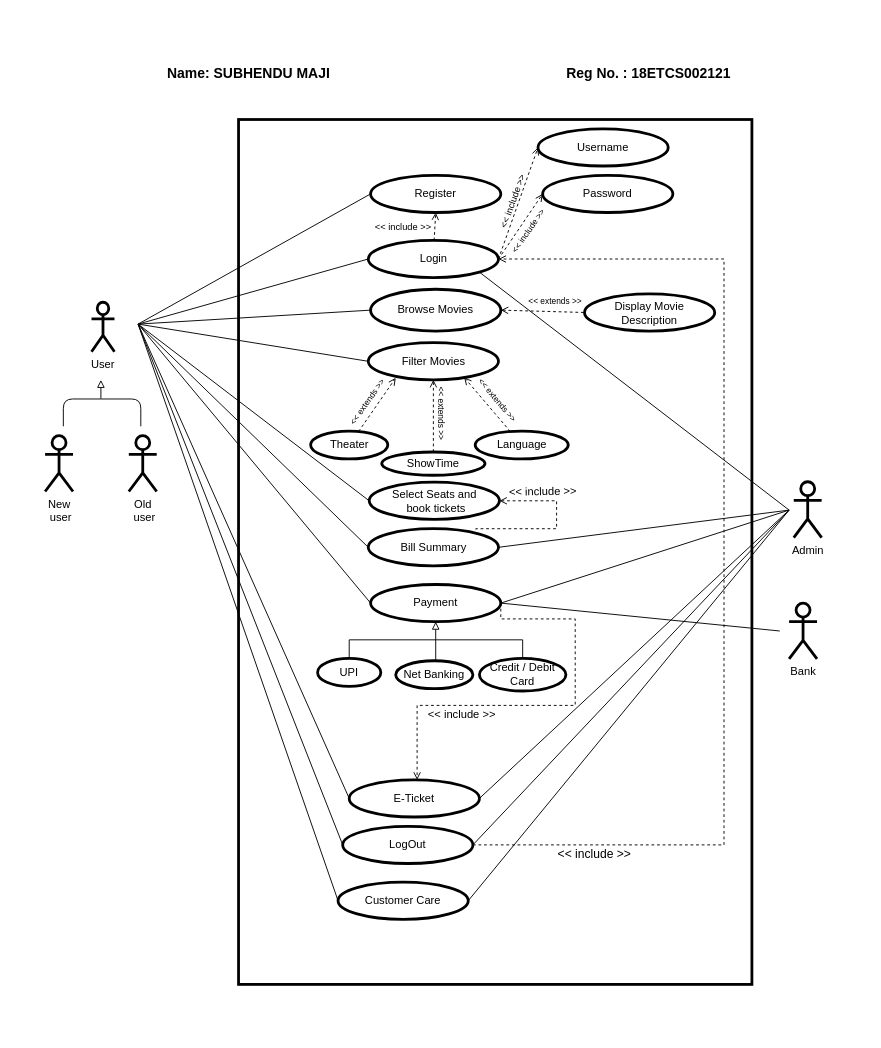
Earlier version of the draw.io diagram SDF/use-case.drawio (subhendu17620/RUAS-sem-04). Source tidied: cells renumbered, new cells numbered last; positions are measured from the earlier drawing's top-left corner, leaving out a move shared by most shapes. Both pictures are drawn from the tidied source at 93%, with x=0, y=0 at pixel (17, 17).
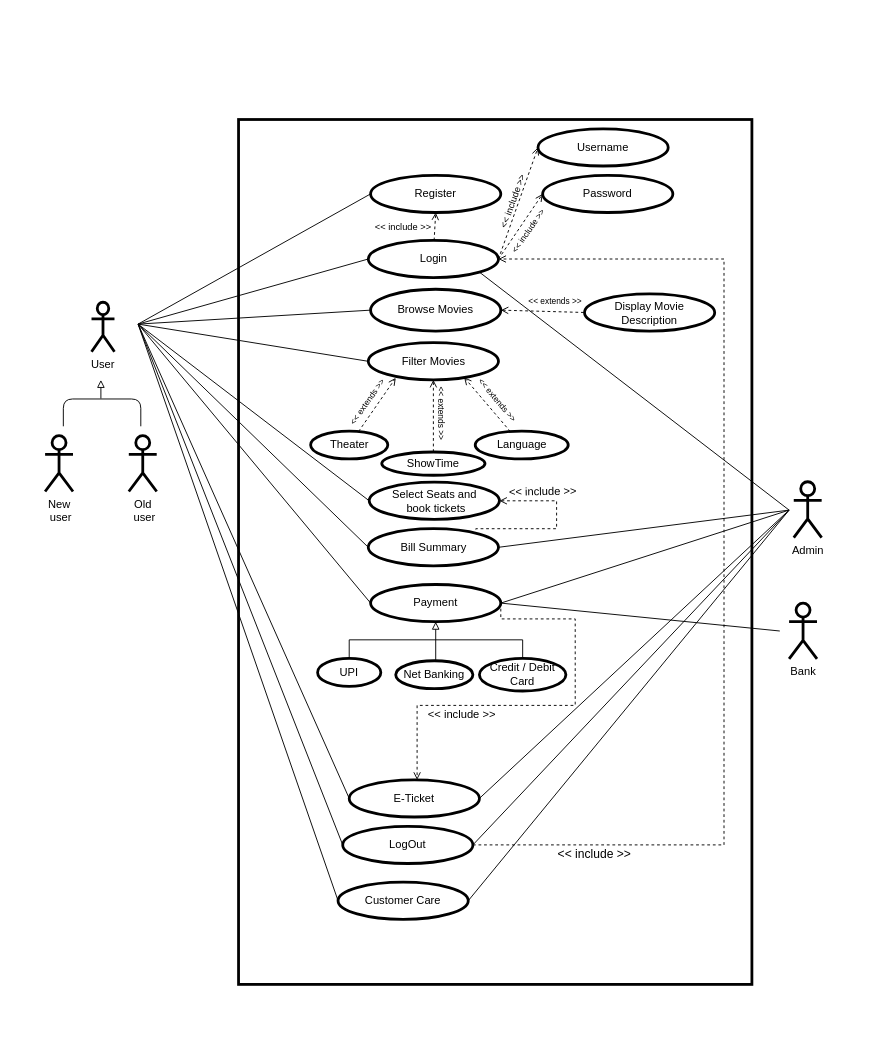
Above is the later version.

What changed in the source:
```diff
@@
-    <mxCell id="69" value="&lt;font style=&quot;font-size: 15px&quot;&gt;&lt;b&gt;Name: SUBHENDU MAJI&amp;nbsp; &amp;nbsp; &amp;nbsp; &amp;nbsp; &amp;nbsp; &amp;nbsp; &amp;nbsp; &amp;nbsp; &amp;nbsp; &amp;nbsp; &amp;nbsp; &amp;nbsp; &amp;nbsp; &amp;nbsp; &amp;nbsp; &amp;nbsp; &amp;nbsp; &amp;nbsp; &amp;nbsp; &amp;nbsp; &amp;nbsp; &amp;nbsp; &amp;nbsp; &amp;nbsp; &amp;nbsp; &amp;nbsp; &amp;nbsp; &amp;nbsp; &amp;nbsp; &amp;nbsp; &amp;nbsp;Reg No. : 18ETCS002121&amp;nbsp; &amp;nbsp; &amp;nbsp;&lt;/b&gt;&lt;/font&gt;" style="text;html=1;strokeColor=none;fillColor=none;align=center;verticalAlign=middle;whiteSpace=wrap;rounded=0;" parent="1" vertex="1">
-      <mxGeometry x="160" y="50" width="630" height="20" as="geometry" />
-    </mxCell>
```
